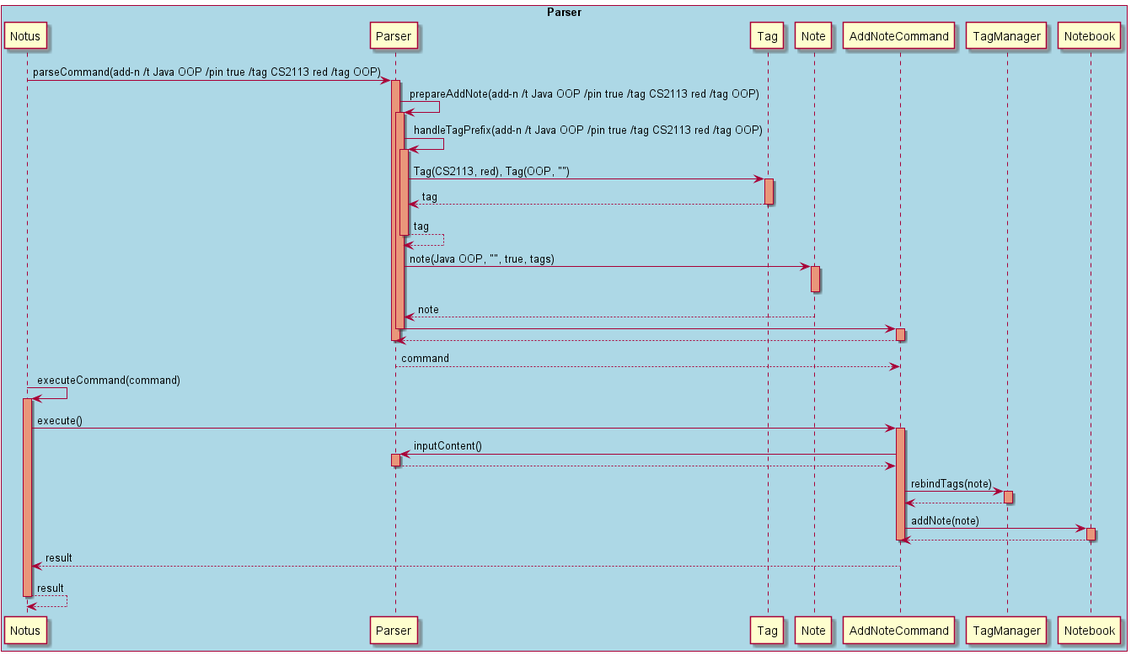
The PlantUML diagram docs/diagrams/out/AddNote_Sequence.png in nus-cs2113-AY2021S1/tp, before a commit. Source of this version:
```plantuml
@startuml
box "Parser" #LightBlue

Notus -> Parser: parseCommand(add-n /t Java OOP /pin true /tag CS2113 red /tag OOP)
activate Parser #DarkSalmon

Parser -> Parser: prepareAddNote(add-n /t Java OOP /pin true /tag CS2113 red /tag OOP)
activate Parser #DarkSalmon
Parser -> Parser: handleTagPrefix(add-n /t Java OOP /pin true /tag CS2113 red /tag OOP)
activate Parser #DarkSalmon

Parser -> Tag: Tag(CS2113, red), Tag(OOP, "")
activate Tag #DarkSalmon
Tag --> Parser: tag
deactivate Tag

Parser --> Parser: tag
deactivate Parser

Parser -> Note: note(Java OOP, "", true, tags)
activate Note #DarkSalmon
deactivate Note
Note --> Parser: note
Parser -> AddNoteCommand
deactivate Parser

activate AddNoteCommand #DarkSalmon
AddNoteCommand --> Parser
deactivate AddNoteCommand
deactivate Parser
return command

Notus -> Notus: executeCommand(command)
activate Notus #DarkSalmon
Notus -> AddNoteCommand: execute()
activate AddNoteCommand #DarkSalmon
AddNoteCommand -> Parser: inputContent()
activate Parser #DarkSalmon
return
deactivate Parser

AddNoteCommand -> TagManager: rebindTags(note)
activate TagManager #DarkSalmon
return
deactivate TagManager

AddNoteCommand -> Notebook: addNote(note)
activate Notebook #DarkSalmon
return
deactivate Notebook

deactivate AddNoteCommand
AddNoteCommand --> Notus: result

Notus --> Notus: result

deactivate Notus


@enduml
```
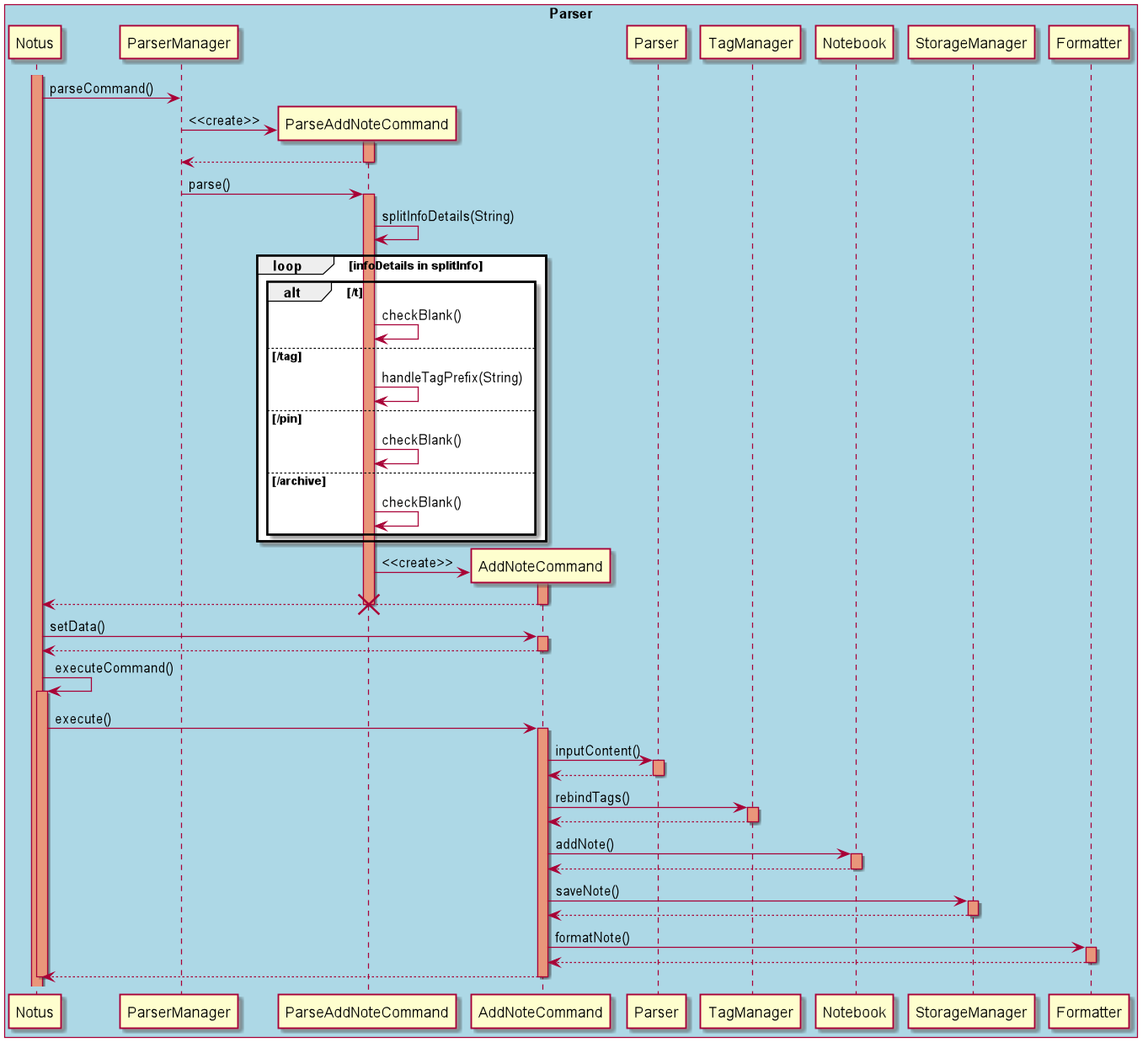
Above is the later version.

The edit, as a diff of the source:
```diff
@@ -1,60 +1,86 @@
 @startuml
 box "Parser" #LightBlue
 
-Notus -> Parser: parseCommand(add-n /t Java OOP /pin true /tag CS2113 red /tag OOP)
-activate Parser #DarkSalmon
+activate Notus #DarkSalmon
+Notus -> ParserManager: parseCommand()
 
-Parser -> Parser: prepareAddNote(add-n /t Java OOP /pin true /tag CS2113 red /tag OOP)
-activate Parser #DarkSalmon
-Parser -> Parser: handleTagPrefix(add-n /t Java OOP /pin true /tag CS2113 red /tag OOP)
-activate Parser #DarkSalmon
+create ParseAddNoteCommand
+ParserManager -> ParseAddNoteCommand: <<create>>
 
-Parser -> Tag: Tag(CS2113, red), Tag(OOP, "")
-activate Tag #DarkSalmon
-Tag --> Parser: tag
-deactivate Tag
+activate ParseAddNoteCommand #DarkSalmon
+ParseAddNoteCommand --> ParserManager
+deactivate ParseAddNoteCommand
 
-Parser --> Parser: tag
-deactivate Parser
+ParserManager -> ParseAddNoteCommand: parse()
+activate ParseAddNoteCommand #DarkSalmon
+ParseAddNoteCommand -> ParseAddNoteCommand: splitInfoDetails(String)
 
-Parser -> Note: note(Java OOP, "", true, tags)
-activate Note #DarkSalmon
-deactivate Note
-Note --> Parser: note
-Parser -> AddNoteCommand
-deactivate Parser
+loop infoDetails in splitInfo
+
+alt /t
+ParseAddNoteCommand -> ParseAddNoteCommand: checkBlank()
+
+else /tag
+ParseAddNoteCommand -> ParseAddNoteCommand: handleTagPrefix(String)
+
+else /pin
+ParseAddNoteCommand -> ParseAddNoteCommand: checkBlank()
+
+else /archive
+ParseAddNoteCommand -> ParseAddNoteCommand: checkBlank()
+
+end
+end
+
+create AddNoteCommand
+ParseAddNoteCommand -> AddNoteCommand: <<create>>
 
 activate AddNoteCommand #DarkSalmon
-AddNoteCommand --> Parser
+AddNoteCommand --> Notus
 deactivate AddNoteCommand
-deactivate Parser
-return command
 
-Notus -> Notus: executeCommand(command)
+deactivate ParseAddNoteCommand
+
+destroy ParseAddNoteCommand
+
+Notus -> AddNoteCommand: setData()
+
+activate AddNoteCommand #DarkSalmon
+AddNoteCommand --> Notus
+deactivate AddNoteCommand
+
+Notus -> Notus: executeCommand()
 activate Notus #DarkSalmon
 Notus -> AddNoteCommand: execute()
+
 activate AddNoteCommand #DarkSalmon
 AddNoteCommand -> Parser: inputContent()
 activate Parser #DarkSalmon
 return
 deactivate Parser
-
-AddNoteCommand -> TagManager: rebindTags(note)
+AddNoteCommand -> TagManager: rebindTags()
 activate TagManager #DarkSalmon
 return
 deactivate TagManager
 
-AddNoteCommand -> Notebook: addNote(note)
+AddNoteCommand -> Notebook: addNote()
 activate Notebook #DarkSalmon
 return
 deactivate Notebook
 
+AddNoteCommand -> StorageManager: saveNote()
+activate StorageManager #DarkSalmon
+return
+deactivate StorageManager
+
+AddNoteCommand -> Formatter: formatNote()
+activate Formatter #DarkSalmon
+return
+deactivate Formatter
+
+AddNoteCommand --> Notus
 deactivate AddNoteCommand
-AddNoteCommand --> Notus: result
-
-Notus --> Notus: result
 
 deactivate Notus
 
-
 @enduml
```
